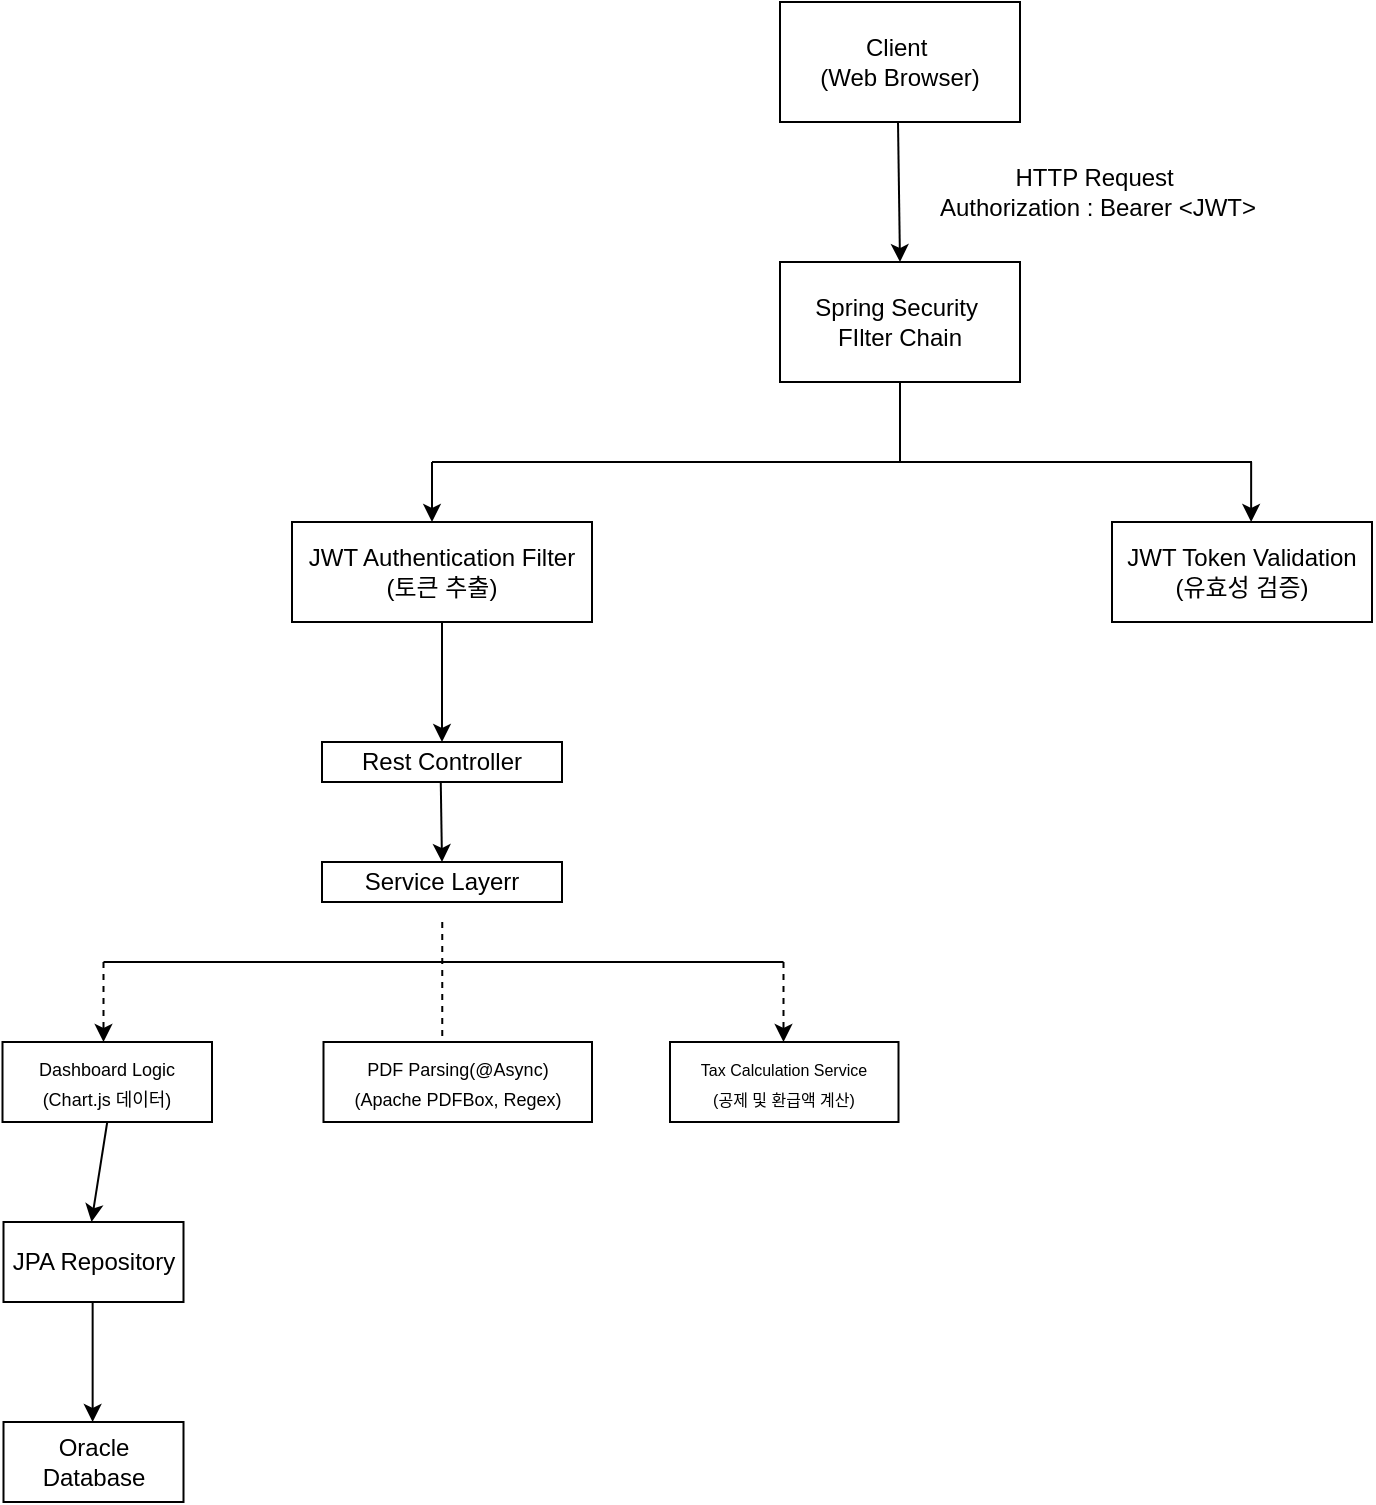
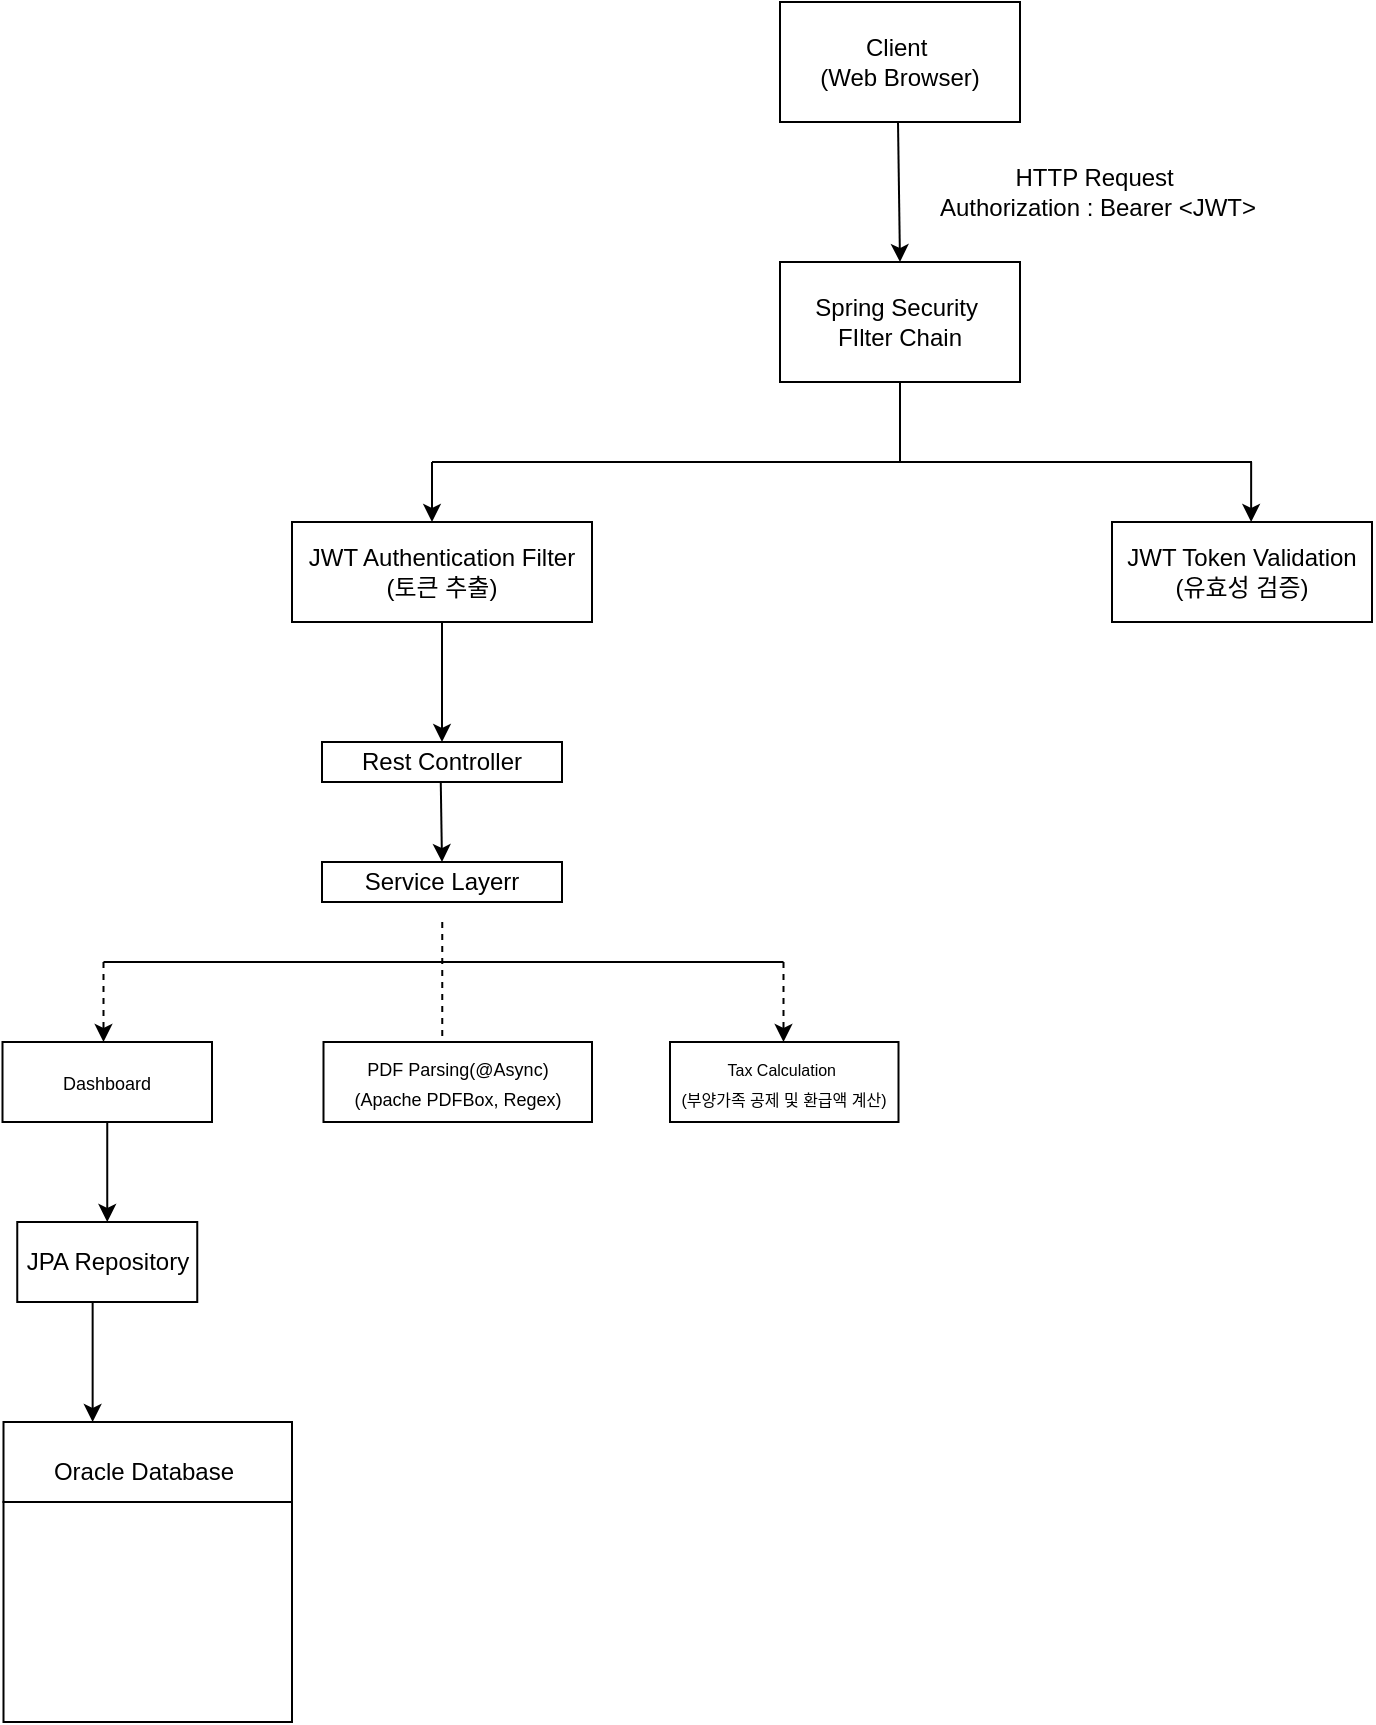
<mxfile host="app.diagrams.net" agent="Mozilla/5.0 (Windows NT 10.0; Win64; x64) AppleWebKit/537.36 (KHTML, like Gecko) Chrome/150.0.0.0 Safari/537.36" version="28.2.8">
  <diagram name="페이지-1" id="4kp-m6i04VOWGrunXJ56">
-     <mxGraphModel dx="2130" dy="659" grid="1" gridSize="10" guides="1" tooltips="1" connect="1" arrows="1" fold="1" page="1" pageScale="1" pageWidth="827" pageHeight="1169" math="0" shadow="0">
+     <mxGraphModel dx="1924" dy="555" grid="1" gridSize="10" guides="1" tooltips="1" connect="1" arrows="1" fold="1" page="1" pageScale="1" pageWidth="827" pageHeight="1169" math="0" shadow="0">
      <root>
        <mxCell id="0" />
        <mxCell id="1" parent="0" />
        <mxCell id="VYmjPpiDpjrAah7BQ8Lu-1" value="Client&amp;nbsp;&lt;div&gt;(Web Browser)&lt;/div&gt;" style="rounded=0;whiteSpace=wrap;html=1;" parent="1" vertex="1">
          <mxGeometry x="354" y="20" width="120" height="60" as="geometry" />
        </mxCell>
        <mxCell id="wzky8q1Li_-igpvC3kRc-1" value="Spring Security&amp;nbsp;&lt;br&gt;FIlter Chain" style="rounded=0;whiteSpace=wrap;html=1;" vertex="1" parent="1">
          <mxGeometry x="354" y="150" width="120" height="60" as="geometry" />
        </mxCell>
        <mxCell id="wzky8q1Li_-igpvC3kRc-2" value="" style="endArrow=classic;html=1;rounded=0;entryX=0.5;entryY=0;entryDx=0;entryDy=0;" edge="1" parent="1" target="wzky8q1Li_-igpvC3kRc-1">
          <mxGeometry width="50" height="50" relative="1" as="geometry">
            <mxPoint x="413" y="80" as="sourcePoint" />
            <mxPoint x="463" y="30" as="targetPoint" />
          </mxGeometry>
        </mxCell>
        <mxCell id="wzky8q1Li_-igpvC3kRc-3" value="HTTP Request&amp;nbsp;&lt;div&gt;Authorization : Bearer &amp;lt;JWT&amp;gt;&lt;/div&gt;" style="text;html=1;whiteSpace=wrap;strokeColor=none;fillColor=none;align=center;verticalAlign=middle;rounded=0;" vertex="1" parent="1">
          <mxGeometry x="430" y="100" width="166" height="30" as="geometry" />
        </mxCell>
        <mxCell id="wzky8q1Li_-igpvC3kRc-5" value="" style="endArrow=none;html=1;rounded=0;entryX=0.5;entryY=1;entryDx=0;entryDy=0;" edge="1" parent="1" target="wzky8q1Li_-igpvC3kRc-1">
          <mxGeometry width="50" height="50" relative="1" as="geometry">
            <mxPoint x="414" y="250" as="sourcePoint" />
            <mxPoint x="460" y="240" as="targetPoint" />
          </mxGeometry>
        </mxCell>
        <mxCell id="wzky8q1Li_-igpvC3kRc-7" value="" style="endArrow=none;html=1;rounded=0;" edge="1" parent="1">
          <mxGeometry width="50" height="50" relative="1" as="geometry">
            <mxPoint x="180" y="250" as="sourcePoint" />
            <mxPoint x="590" y="250" as="targetPoint" />
          </mxGeometry>
        </mxCell>
        <mxCell id="wzky8q1Li_-igpvC3kRc-9" value="" style="endArrow=classic;html=1;rounded=0;" edge="1" parent="1">
          <mxGeometry width="50" height="50" relative="1" as="geometry">
            <mxPoint x="180" y="250" as="sourcePoint" />
            <mxPoint x="180" y="280" as="targetPoint" />
          </mxGeometry>
        </mxCell>
        <mxCell id="wzky8q1Li_-igpvC3kRc-10" value="JWT Authentication Filter&lt;div&gt;(토큰 추출)&lt;/div&gt;" style="rounded=0;whiteSpace=wrap;html=1;" vertex="1" parent="1">
          <mxGeometry x="110" y="280" width="150" height="50" as="geometry" />
        </mxCell>
        <mxCell id="wzky8q1Li_-igpvC3kRc-11" value="" style="endArrow=classic;html=1;rounded=0;" edge="1" parent="1">
          <mxGeometry width="50" height="50" relative="1" as="geometry">
            <mxPoint x="589.57" y="250" as="sourcePoint" />
            <mxPoint x="589.57" y="280" as="targetPoint" />
          </mxGeometry>
        </mxCell>
        <mxCell id="wzky8q1Li_-igpvC3kRc-12" value="JWT Token Validation&lt;div&gt;(유효성 검증)&lt;/div&gt;" style="rounded=0;whiteSpace=wrap;html=1;" vertex="1" parent="1">
          <mxGeometry x="520" y="280" width="130" height="50" as="geometry" />
        </mxCell>
        <mxCell id="wzky8q1Li_-igpvC3kRc-13" value="" style="endArrow=classic;html=1;rounded=0;exitX=0.5;exitY=1;exitDx=0;exitDy=0;entryX=0.5;entryY=0;entryDx=0;entryDy=0;" edge="1" parent="1" source="wzky8q1Li_-igpvC3kRc-10" target="wzky8q1Li_-igpvC3kRc-14">
          <mxGeometry width="50" height="50" relative="1" as="geometry">
            <mxPoint x="180" y="340" as="sourcePoint" />
            <mxPoint x="185" y="380" as="targetPoint" />
          </mxGeometry>
        </mxCell>
        <mxCell id="wzky8q1Li_-igpvC3kRc-14" value="Rest Controller" style="rounded=0;whiteSpace=wrap;html=1;" vertex="1" parent="1">
          <mxGeometry x="125" y="390" width="120" height="20" as="geometry" />
        </mxCell>
        <mxCell id="wzky8q1Li_-igpvC3kRc-16" value="" style="endArrow=classic;html=1;rounded=0;dashed=1;" edge="1" parent="1">
          <mxGeometry width="50" height="50" relative="1" as="geometry">
            <mxPoint x="185.13" y="480" as="sourcePoint" />
            <mxPoint x="185.13" y="550" as="targetPoint" />
          </mxGeometry>
        </mxCell>
        <mxCell id="wzky8q1Li_-igpvC3kRc-17" value="" style="endArrow=none;html=1;rounded=0;" edge="1" parent="1">
          <mxGeometry width="50" height="50" relative="1" as="geometry">
            <mxPoint x="15.75" y="500" as="sourcePoint" />
            <mxPoint x="355.75" y="500" as="targetPoint" />
          </mxGeometry>
        </mxCell>
        <mxCell id="wzky8q1Li_-igpvC3kRc-18" value="" style="endArrow=classic;html=1;rounded=0;dashed=1;" edge="1" parent="1">
          <mxGeometry width="50" height="50" relative="1" as="geometry">
            <mxPoint x="15.75" y="500" as="sourcePoint" />
            <mxPoint x="15.75" y="540" as="targetPoint" />
          </mxGeometry>
        </mxCell>
        <mxCell id="wzky8q1Li_-igpvC3kRc-19" value="" style="endArrow=classic;html=1;rounded=0;dashed=1;" edge="1" parent="1">
          <mxGeometry width="50" height="50" relative="1" as="geometry">
            <mxPoint x="355.75" y="500" as="sourcePoint" />
            <mxPoint x="355.75" y="540" as="targetPoint" />
          </mxGeometry>
        </mxCell>
-         <mxCell id="wzky8q1Li_-igpvC3kRc-20" value="&lt;font style=&quot;font-size: 9px;&quot;&gt;Dashboard Logic&lt;/font&gt;&lt;div&gt;&lt;font style=&quot;font-size: 9px;&quot;&gt;(Chart.js 데이터)&lt;/font&gt;&lt;/div&gt;" style="rounded=0;whiteSpace=wrap;html=1;" vertex="1" parent="1">
+         <mxCell id="wzky8q1Li_-igpvC3kRc-20" value="&lt;font style=&quot;font-size: 9px;&quot;&gt;Dashboard&lt;/font&gt;" style="rounded=0;whiteSpace=wrap;html=1;" vertex="1" parent="1">
          <mxGeometry x="-34.75" y="540" width="104.75" height="40" as="geometry" />
        </mxCell>
        <mxCell id="wzky8q1Li_-igpvC3kRc-21" value="&lt;font style=&quot;font-size: 9px;&quot;&gt;PDF Parsing(@Async)&lt;/font&gt;&lt;div&gt;&lt;font style=&quot;font-size: 9px;&quot;&gt;(Apache PDFBox, Regex)&lt;/font&gt;&lt;/div&gt;" style="rounded=0;whiteSpace=wrap;html=1;" vertex="1" parent="1">
          <mxGeometry x="125.75" y="540" width="134.25" height="40" as="geometry" />
        </mxCell>
-         <mxCell id="wzky8q1Li_-igpvC3kRc-22" value="&lt;font style=&quot;font-size: 8px;&quot;&gt;Tax Calculation Service&lt;/font&gt;&lt;div&gt;&lt;font style=&quot;font-size: 8px;&quot;&gt;(공제 및 환급액 계산)&lt;/font&gt;&lt;/div&gt;" style="rounded=0;whiteSpace=wrap;html=1;" vertex="1" parent="1">
+         <mxCell id="wzky8q1Li_-igpvC3kRc-22" value="&lt;font style=&quot;font-size: 8px;&quot;&gt;Tax Calculation&amp;nbsp;&lt;/font&gt;&lt;div&gt;&lt;font style=&quot;font-size: 8px;&quot;&gt;(부양가족 공제 및 환급액 계산)&lt;/font&gt;&lt;/div&gt;" style="rounded=0;whiteSpace=wrap;html=1;" vertex="1" parent="1">
          <mxGeometry x="299" y="540" width="114.25" height="40" as="geometry" />
        </mxCell>
-         <mxCell id="wzky8q1Li_-igpvC3kRc-23" value="" style="endArrow=classic;html=1;rounded=0;exitX=0.5;exitY=1;exitDx=0;exitDy=0;" edge="1" parent="1" source="wzky8q1Li_-igpvC3kRc-20">
+         <mxCell id="wzky8q1Li_-igpvC3kRc-23" value="" style="endArrow=classic;html=1;rounded=0;exitX=0.5;exitY=1;exitDx=0;exitDy=0;entryX=0.5;entryY=0;entryDx=0;entryDy=0;" edge="1" parent="1" source="wzky8q1Li_-igpvC3kRc-20" target="wzky8q1Li_-igpvC3kRc-24">
          <mxGeometry width="50" height="50" relative="1" as="geometry">
            <mxPoint x="-24.25" y="660" as="sourcePoint" />
            <mxPoint x="9.75" y="630" as="targetPoint" />
            <Array as="points" />
          </mxGeometry>
        </mxCell>
        <mxCell id="wzky8q1Li_-igpvC3kRc-24" value="JPA Repository" style="rounded=0;whiteSpace=wrap;html=1;" vertex="1" parent="1">
-           <mxGeometry x="-34.25" y="630" width="90" height="40" as="geometry" />
+           <mxGeometry x="-27.37" y="630" width="90" height="40" as="geometry" />
        </mxCell>
        <mxCell id="wzky8q1Li_-igpvC3kRc-25" value="" style="endArrow=classic;html=1;rounded=0;exitX=0.5;exitY=1;exitDx=0;exitDy=0;" edge="1" parent="1">
          <mxGeometry width="50" height="50" relative="1" as="geometry">
            <mxPoint x="10.319999999999993" y="670" as="sourcePoint" />
            <mxPoint x="10.319999999999993" y="730" as="targetPoint" />
            <Array as="points" />
          </mxGeometry>
        </mxCell>
-         <mxCell id="wzky8q1Li_-igpvC3kRc-26" value="Oracle Database" style="rounded=0;whiteSpace=wrap;html=1;" vertex="1" parent="1">
-           <mxGeometry x="-34.25" y="730" width="90" height="40" as="geometry" />
+         <mxCell id="wzky8q1Li_-igpvC3kRc-26" value="" style="rounded=0;whiteSpace=wrap;html=1;" vertex="1" parent="1">
+           <mxGeometry x="-34.25" y="730" width="144.25" height="150" as="geometry" />
        </mxCell>
        <mxCell id="wzky8q1Li_-igpvC3kRc-28" value="Service Layerr" style="rounded=0;whiteSpace=wrap;html=1;" vertex="1" parent="1">
          <mxGeometry x="125" y="450" width="120" height="20" as="geometry" />
        </mxCell>
        <mxCell id="wzky8q1Li_-igpvC3kRc-29" value="" style="endArrow=classic;html=1;rounded=0;exitX=0.5;exitY=1;exitDx=0;exitDy=0;entryX=0.5;entryY=0;entryDx=0;entryDy=0;" edge="1" parent="1" target="wzky8q1Li_-igpvC3kRc-28">
          <mxGeometry width="50" height="50" relative="1" as="geometry">
            <mxPoint x="184.38" y="410" as="sourcePoint" />
            <mxPoint x="184.38" y="470" as="targetPoint" />
          </mxGeometry>
        </mxCell>
+         <mxCell id="wzky8q1Li_-igpvC3kRc-30" value="" style="endArrow=none;html=1;rounded=0;" edge="1" parent="1">
+           <mxGeometry width="50" height="50" relative="1" as="geometry">
+             <mxPoint x="-34.75" y="770" as="sourcePoint" />
+             <mxPoint x="110" y="770" as="targetPoint" />
+           </mxGeometry>
+         </mxCell>
+         <mxCell id="wzky8q1Li_-igpvC3kRc-31" value="Oracle Database" style="text;html=1;whiteSpace=wrap;strokeColor=none;fillColor=none;align=center;verticalAlign=middle;rounded=0;" vertex="1" parent="1">
+           <mxGeometry x="-34.25" y="740" width="140" height="30" as="geometry" />
+         </mxCell>
      </root>
    </mxGraphModel>
  </diagram>
</mxfile>
